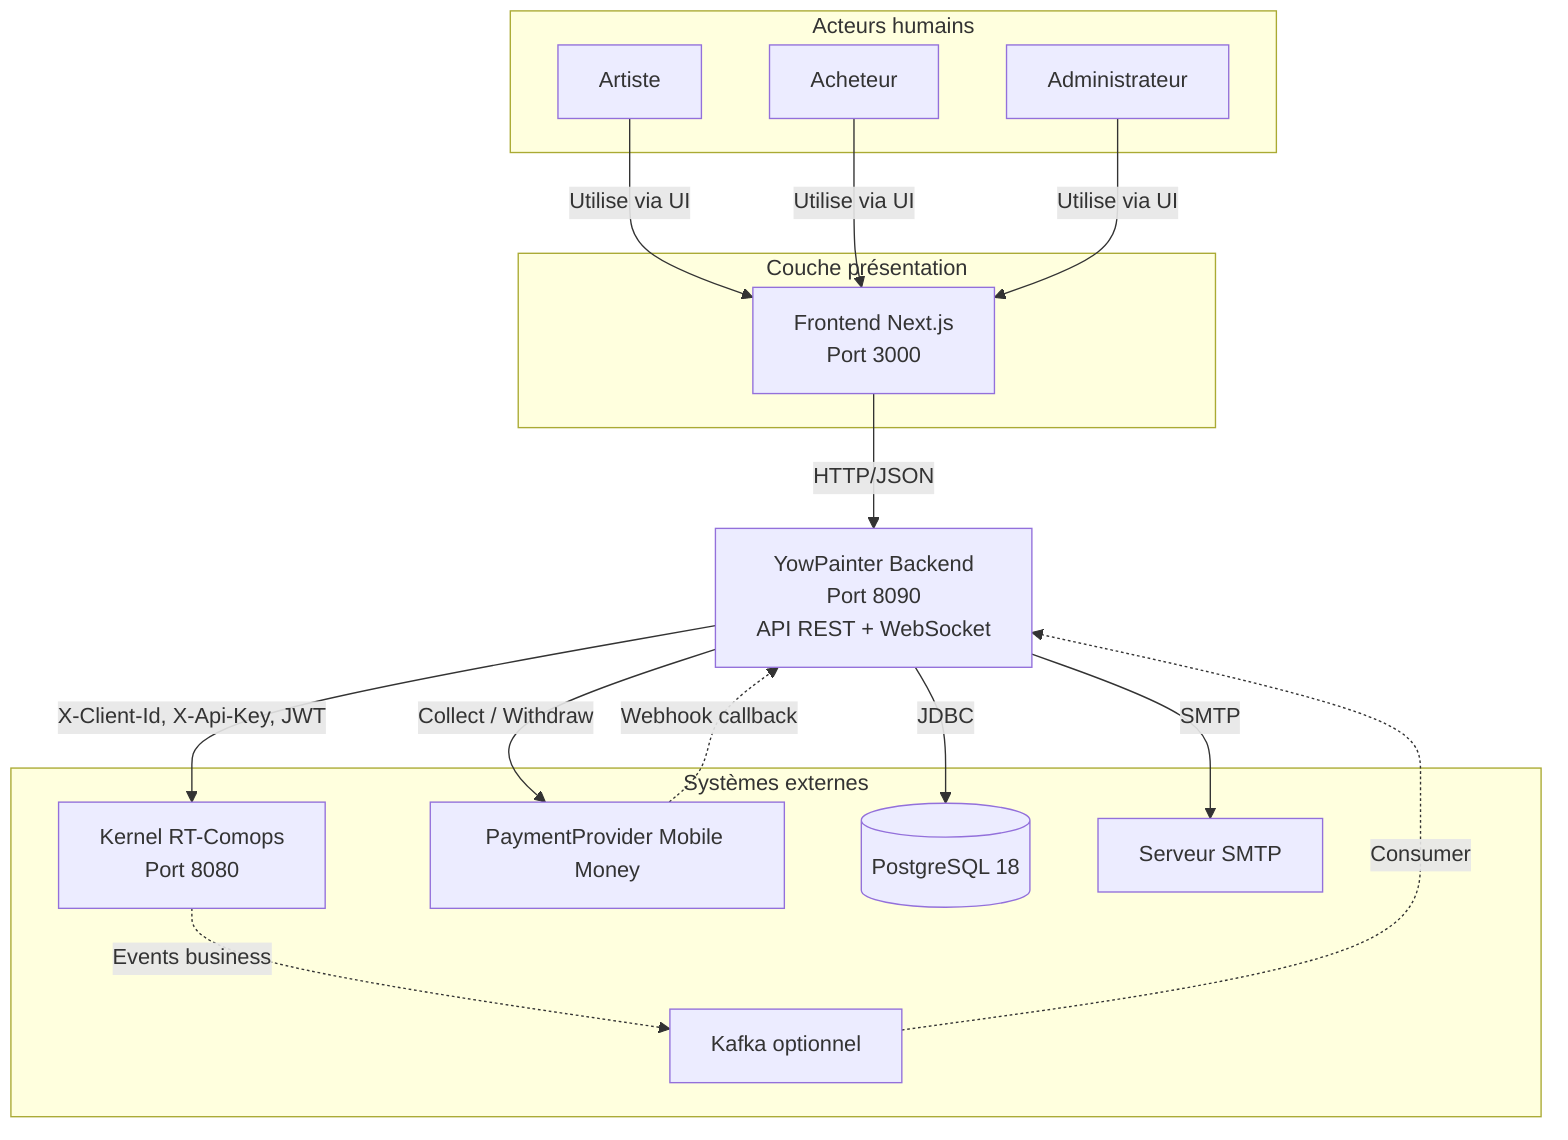
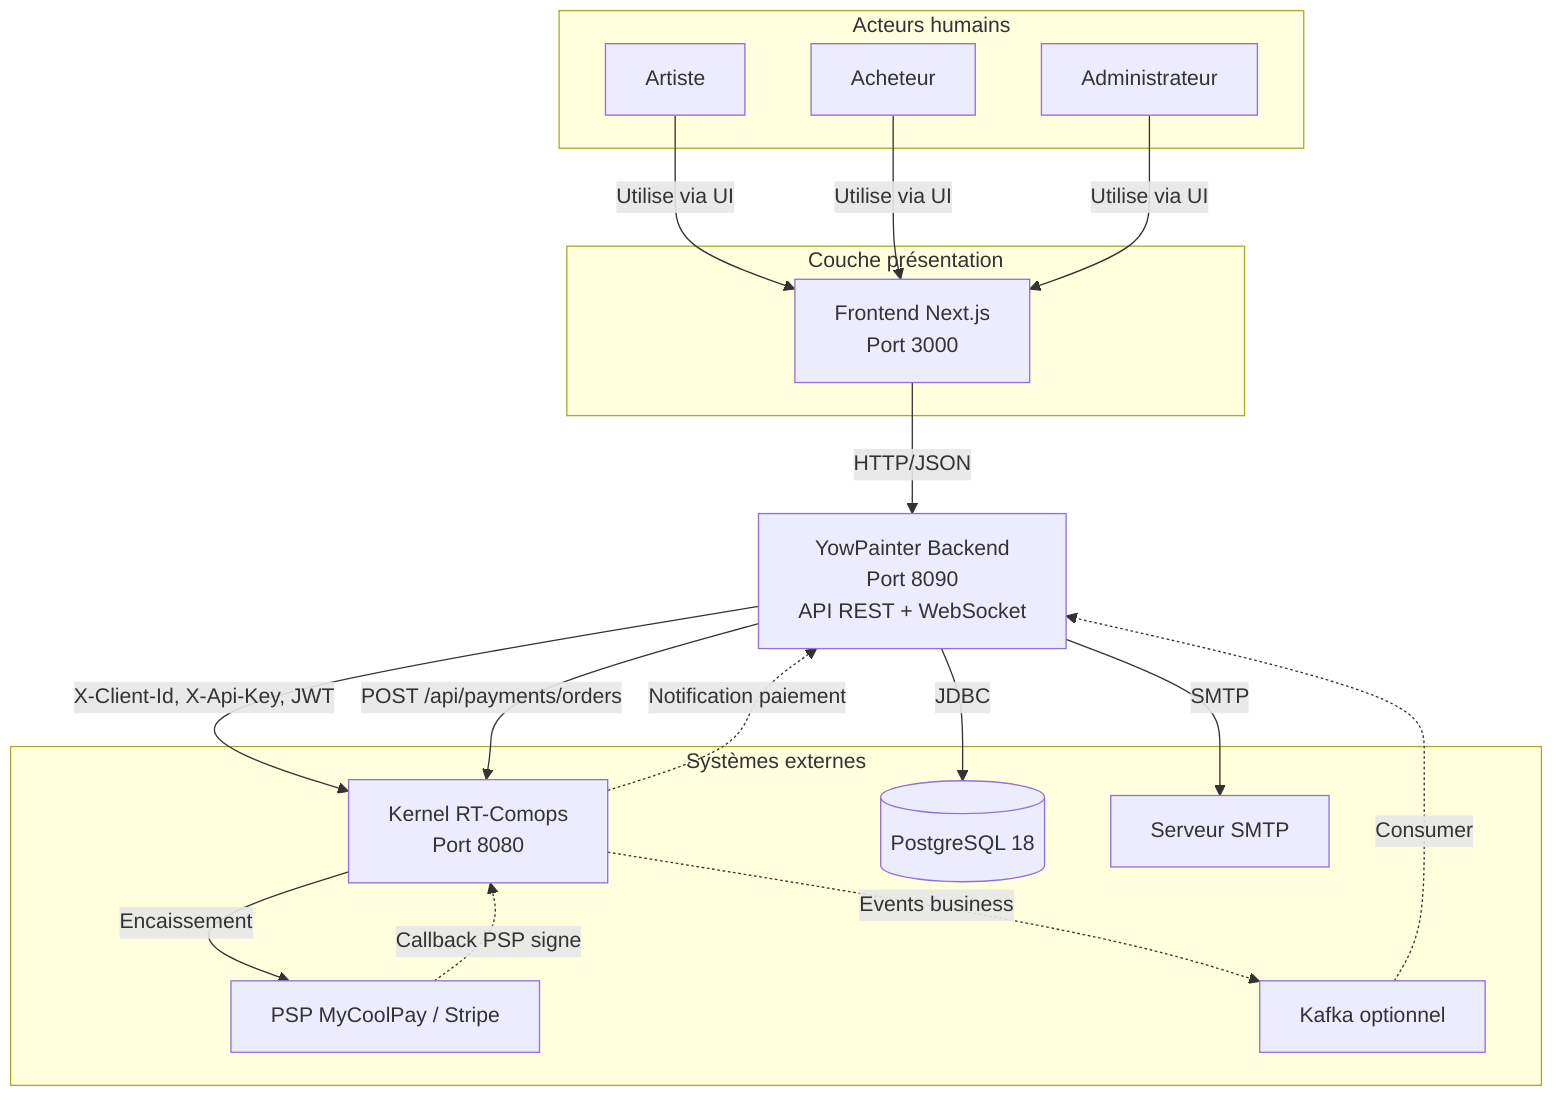
flowchart TB
    subgraph Acteurs["Acteurs humains"]
        Artist[Artiste]
        Buyer[Acheteur]
        Admin[Administrateur]
    end

    subgraph Client["Couche présentation"]
        FE[Frontend Next.js<br/>Port 3000]
    end

    YOW["YowPainter Backend<br/>Port 8090<br/>API REST + WebSocket"]

    subgraph Externes["Systèmes externes"]
        Kernel[Kernel RT-Comops<br/>Port 8080]
-         PaymentProvider[PaymentProvider Mobile Money]
+         PSP[PSP MyCoolPay / Stripe]
        PG[(PostgreSQL 18)]
        Mail[Serveur SMTP]
        Kafka[Kafka optionnel]
    end

    Artist -->|Utilise via UI| FE
    Buyer -->|Utilise via UI| FE
    Admin -->|Utilise via UI| FE
    FE -->|HTTP/JSON| YOW

    YOW -->|X-Client-Id, X-Api-Key, JWT| Kernel
-     YOW -->|Collect / Withdraw| PaymentProvider
-     PaymentProvider -.->|Webhook callback| YOW
+     YOW -->|POST /api/payments/orders| Kernel
+     Kernel -->|Encaissement| PSP
+     PSP -.->|Callback PSP signe| Kernel
+     Kernel -.->|Notification paiement| YOW
    YOW -->|JDBC| PG
    YOW -->|SMTP| Mail
    Kernel -.->|Events business| Kafka
    Kafka -.->|Consumer| YOW
